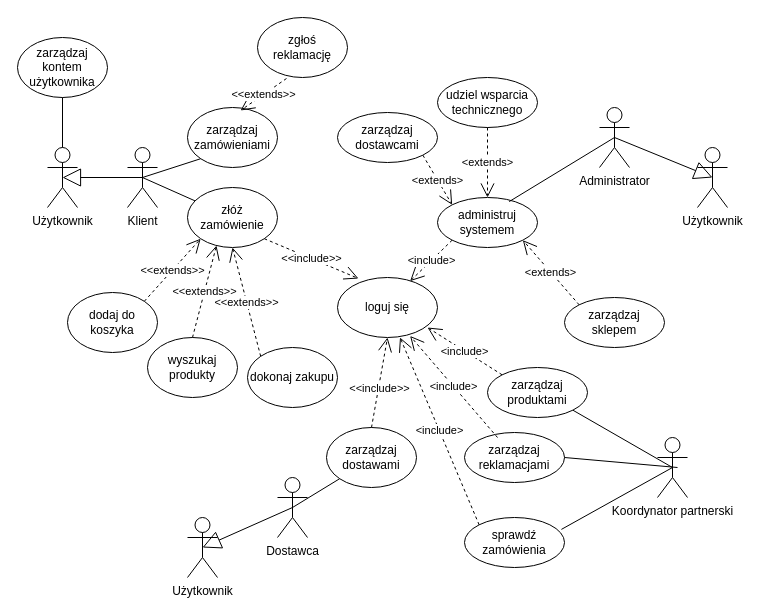
Above: DPU-przypadki/Diagram bez tytułu.drawio in Tarik-Alaiwi-dev/psi (draw.io), before the change. Source tidied: cells renumbered, new cells numbered last; positions are measured from the earlier drawing's top-left corner, leaving out a move shared by most shapes. Both pictures are drawn from the tidied source at 100%, with x=0, y=0 at pixel (17, 17).
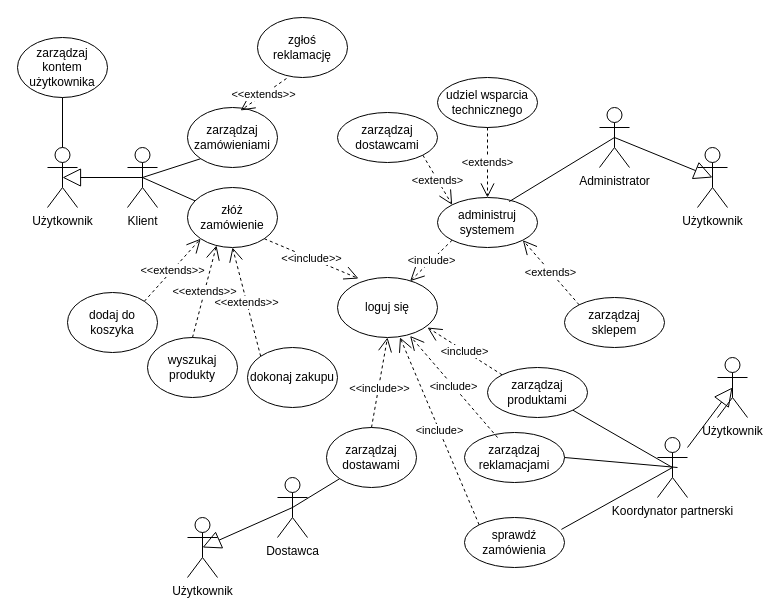
Above is the later version.

The change refers to these unchanged cells:
```xml
<mxCell id="3" value="Koordynator partnerski&lt;div&gt;&lt;br&gt;&lt;/div&gt;" style="shape=umlActor;verticalLabelPosition=bottom;verticalAlign=top;html=1;outlineConnect=0;" parent="1" vertex="1">
  <mxGeometry x="640" y="420" width="30" height="60" as="geometry" />
</mxCell>
```

Diff of the diagram source:
```diff
@@
+    <mxCell id="50" value="&lt;div&gt;Użytkownik&lt;/div&gt;" style="shape=umlActor;verticalLabelPosition=bottom;verticalAlign=top;html=1;outlineConnect=0;" parent="1" vertex="1">
+      <mxGeometry x="700" y="340" width="30" height="60" as="geometry" />
+    </mxCell>
+    <mxCell id="51" style="endArrow=block;endSize=16;endFill=0;html=1;rounded=0;entryX=0.5;entryY=0.5;entryDx=0;entryDy=0;entryPerimeter=0;" parent="1" edge="1" source="3" target="50">
+      <mxGeometry relative="1" as="geometry" />
+    </mxCell>
```
